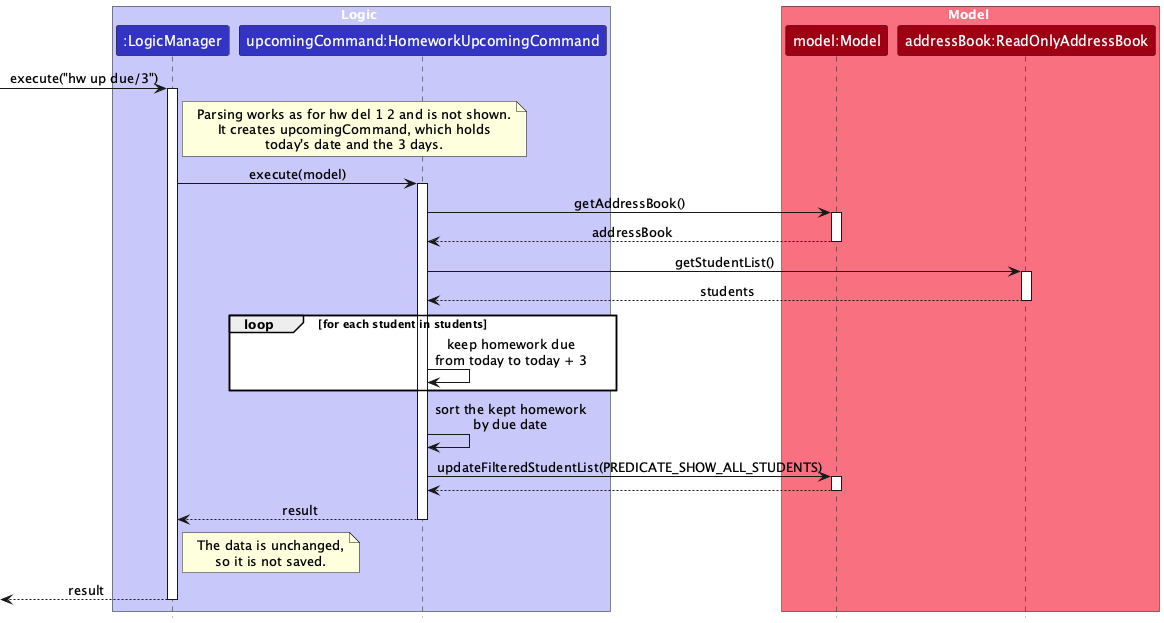
This is docs/images/HomeworkUpcomingSequenceDiagram.png from AY2627S1-CS2103-F12-1/tp, a PlantUML export, as it was before one commit.
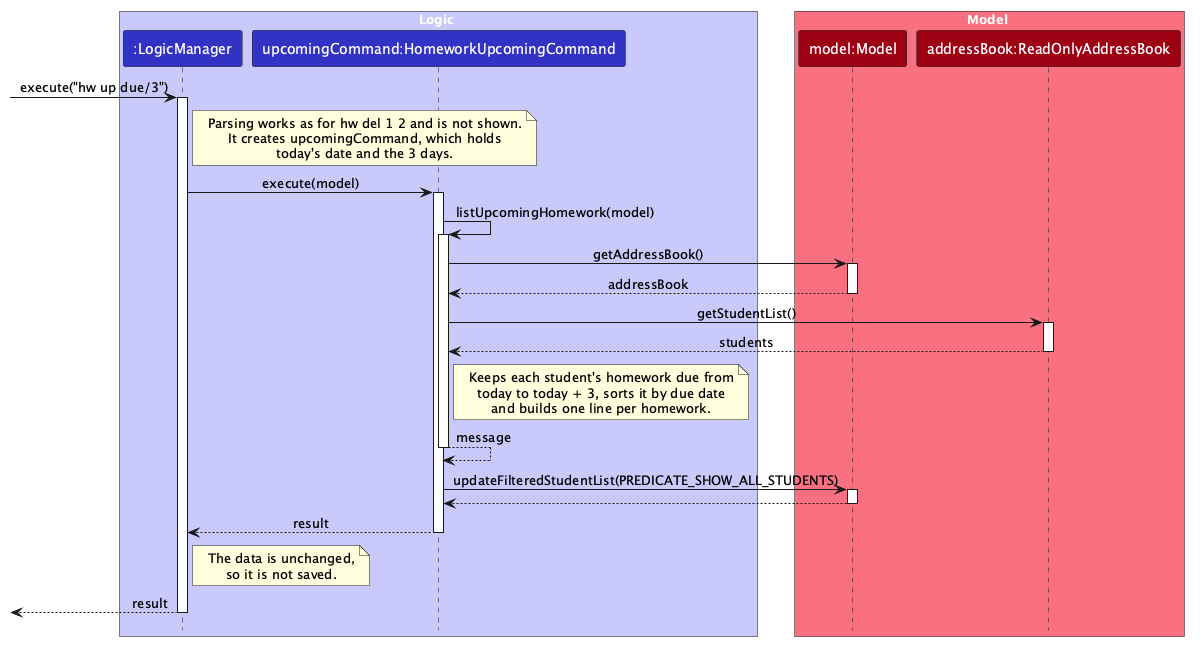
The same diagram one commit later.

Commit message:
DG: Correct notation in the homework diagrams

What changed in the source:
```diff
@@ -24,6 +24,9 @@
 LogicManager -> HomeworkUpcomingCommand : execute(model)
 activate HomeworkUpcomingCommand
 
+HomeworkUpcomingCommand -> HomeworkUpcomingCommand : listUpcomingHomework(model)
+activate HomeworkUpcomingCommand
+
 HomeworkUpcomingCommand -> Model : getAddressBook()
 activate Model
 
@@ -36,11 +39,14 @@
 AddressBook --> HomeworkUpcomingCommand : students
 deactivate AddressBook
 
-loop for each student in students
-  HomeworkUpcomingCommand -> HomeworkUpcomingCommand : keep homework due\nfrom today to today + 3
-end
+note right of HomeworkUpcomingCommand
+  Keeps each student's homework due from
+  today to today + 3, sorts it by due date
+  and builds one line per homework.
+end note
 
-HomeworkUpcomingCommand -> HomeworkUpcomingCommand : sort the kept homework\nby due date
+HomeworkUpcomingCommand --> HomeworkUpcomingCommand : message
+deactivate HomeworkUpcomingCommand
 
 HomeworkUpcomingCommand -> Model : updateFilteredStudentList(PREDICATE_SHOW_ALL_STUDENTS)
 activate Model
```
